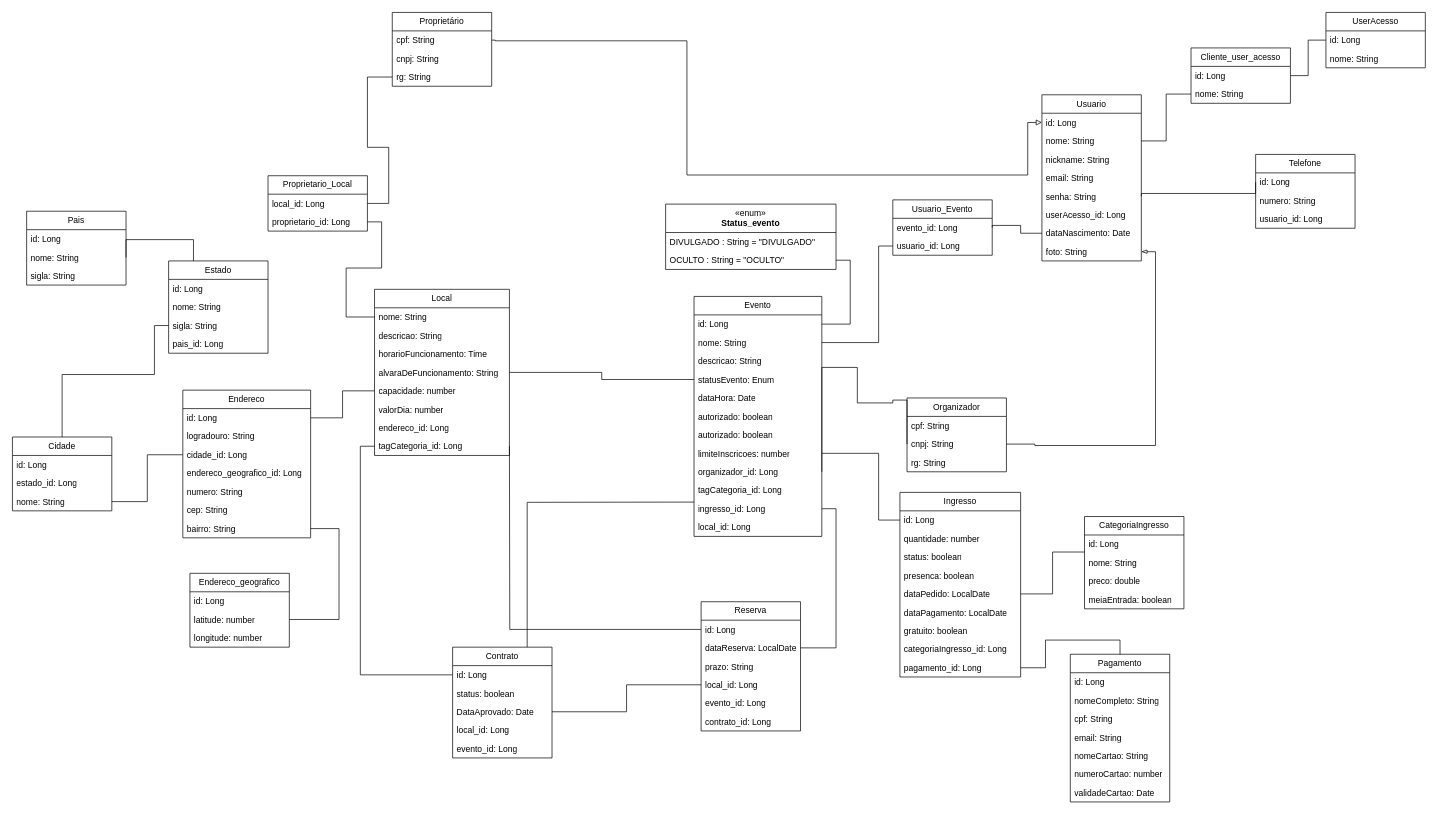
Before: DiagramaDeClassesPokando.drawio in ChumeLabs-Pokando/Pokando, a draw.io diagram. Source tidied: cells renumbered, new cells numbered last; positions are measured from the earlier drawing's top-left corner, leaving out a move shared by most shapes. Both pictures are drawn from the tidied source at 71%, with x=0, y=0 at pixel (12, 12).
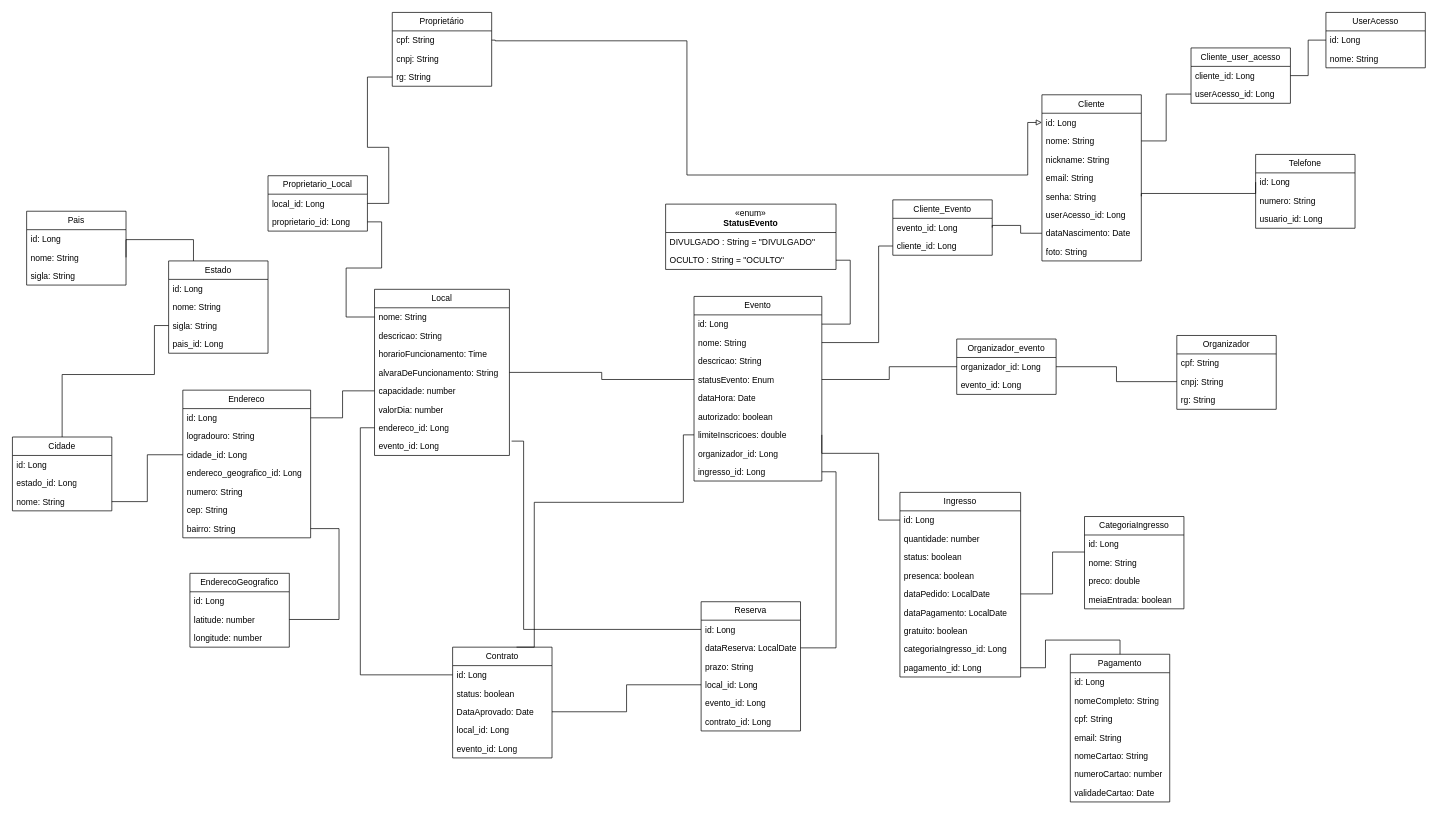
The same page after the edit.

Commit message:
Relacionamentos atu: organizador_evento, cliente_userAcesso / ajustes nomeclaturas

The change refers to these unchanged cells:
```xml
<mxCell id="10" value="foto: String" style="text;strokeColor=none;fillColor=none;align=left;verticalAlign=top;spacingLeft=4;spacingRight=4;overflow=hidden;points=[[0,0.5],[1,0.5]];portConstraint=eastwest;whiteSpace=wrap;html=1;" parent="2" vertex="1">
  <mxGeometry y="208" width="140" height="26" as="geometry" />
</mxCell>
<mxCell id="18" value="&lt;span style=&quot;background-color: transparent; color: light-dark(rgb(0, 0, 0), rgb(255, 255, 255));&quot;&gt;cnpj: String&lt;/span&gt;" style="text;strokeColor=none;fillColor=none;align=left;verticalAlign=top;spacingLeft=4;spacingRight=4;overflow=hidden;points=[[0,0.5],[1,0.5]];portConstraint=eastwest;whiteSpace=wrap;html=1;" parent="16" vertex="1">
  <mxGeometry y="52" width="140" height="26" as="geometry" />
</mxCell>
<mxCell id="57" value="Contrato" style="swimlane;fontStyle=0;horizontal=1;startSize=26;fillColor=none;whiteSpace=wrap;html=1;" parent="1" vertex="1">
  <mxGeometry x="620" y="894" width="140" height="156" as="geometry" />
</mxCell>
<mxCell id="58" value="id: Long" style="text;strokeColor=none;fillColor=none;align=left;verticalAlign=top;spacingLeft=4;spacingRight=4;overflow=hidden;points=[[0,0.5],[1,0.5]];portConstraint=eastwest;whiteSpace=wrap;html=1;" parent="57" vertex="1">
  <mxGeometry y="26" width="140" height="26" as="geometry" />
</mxCell>
<mxCell id="64" value="id: Long" style="text;strokeColor=none;fillColor=none;align=left;verticalAlign=top;spacingLeft=4;spacingRight=4;overflow=hidden;points=[[0,0.5],[1,0.5]];portConstraint=eastwest;whiteSpace=wrap;html=1;" parent="63" vertex="1">
  <mxGeometry y="26" width="140" height="26" as="geometry" />
</mxCell>
<mxCell id="74" value="&lt;div&gt;statusEvento: Enum&lt;/div&gt;" style="text;strokeColor=none;fillColor=none;align=left;verticalAlign=top;spacingLeft=4;spacingRight=4;overflow=hidden;points=[[0,0.5],[1,0.5]];portConstraint=eastwest;whiteSpace=wrap;html=1;" parent="70" vertex="1">
  <mxGeometry y="104" width="180" height="26" as="geometry" />
</mxCell>
<mxCell id="83" value="Local" style="swimlane;fontStyle=0;horizontal=1;startSize=26;fillColor=none;whiteSpace=wrap;html=1;" parent="1" vertex="1">
  <mxGeometry x="510" y="390" width="190" height="234" as="geometry" />
</mxCell>
<mxCell id="90" value="endereco_id: Long" style="text;strokeColor=none;fillColor=none;align=left;verticalAlign=top;spacingLeft=4;spacingRight=4;overflow=hidden;points=[[0,0.5],[1,0.5]];portConstraint=eastwest;whiteSpace=wrap;html=1;" parent="83" vertex="1">
  <mxGeometry y="182" width="190" height="26" as="geometry" />
</mxCell>
<mxCell id="141" value="Cliente_user_acesso" style="swimlane;fontStyle=0;horizontal=1;startSize=26;fillColor=none;whiteSpace=wrap;html=1;" parent="1" vertex="1">
  <mxGeometry x="1660" y="50" width="140" height="78" as="geometry" />
</mxCell>
```

What changed in the source:
```diff
@@
-    <mxCell id="2" value="Usuario" style="swimlane;fontStyle=0;horizontal=1;startSize=26;fillColor=none;whiteSpace=wrap;html=1;" parent="1" vertex="1">
+    <mxCell id="2" value="Cliente" style="swimlane;fontStyle=0;horizontal=1;startSize=26;fillColor=none;whiteSpace=wrap;html=1;" parent="1" vertex="1">
       <mxGeometry x="1450" y="116" width="140" height="234" as="geometry" />
     </mxCell>
@@
-    <mxCell id="15" style="edgeStyle=orthogonalEdgeStyle;rounded=0;jettySize=auto;html=1;exitX=1;exitY=0.5;exitDx=0;exitDy=0;endArrow=blockThin;endFill=0;entryX=1;entryY=0.5;entryDx=0;entryDy=0;" parent="1" edge="1" source="18" target="10">
-      <mxGeometry relative="1" as="geometry">
-        <Array as="points">
-          <mxPoint x="1440" y="608" />
-          <mxPoint x="1440" y="610" />
-          <mxPoint x="1610" y="610" />
-          <mxPoint x="1610" y="337" />
-        </Array>
-      </mxGeometry>
-    </mxCell>
     <mxCell id="16" value="Organizador" style="swimlane;fontStyle=0;horizontal=1;startSize=26;fillColor=none;whiteSpace=wrap;html=1;" parent="1" vertex="1">
-      <mxGeometry x="1260" y="543" width="140" height="104" as="geometry" />
+      <mxGeometry x="1640" y="455" width="140" height="104" as="geometry" />
     </mxCell>
@@
-    <mxCell id="28" value="Endereco_g&lt;span style=&quot;background-color: transparent; color: light-dark(rgb(0, 0, 0), rgb(255, 255, 255));&quot;&gt;eografico&lt;/span&gt;" style="swimlane;fontStyle=0;horizontal=1;startSize=26;fillColor=none;whiteSpace=wrap;html=1;" parent="1" vertex="1">
+    <mxCell id="28" value="EnderecoG&lt;span style=&quot;background-color: transparent; color: light-dark(rgb(0, 0, 0), rgb(255, 255, 255));&quot;&gt;eografico&lt;/span&gt;" style="swimlane;fontStyle=0;horizontal=1;startSize=26;fillColor=none;whiteSpace=wrap;html=1;" parent="1" vertex="1">
       <mxGeometry x="250" y="790" width="140" height="104" as="geometry" />
     </mxCell>
@@
-    <mxCell id="56" style="edgeStyle=orthogonalEdgeStyle;rounded=0;jettySize=auto;html=1;exitX=0.75;exitY=0;exitDx=0;exitDy=0;entryX=0;entryY=1.141;entryDx=0;entryDy=0;entryPerimeter=0;endArrow=none;startFill=0;" parent="1" edge="1" source="57" target="80">
+    <mxCell id="56" style="edgeStyle=orthogonalEdgeStyle;rounded=0;jettySize=auto;html=1;exitX=0.75;exitY=0;exitDx=0;exitDy=0;entryX=0;entryY=0.5;entryDx=0;entryDy=0;endArrow=none;startFill=0;" parent="1" edge="1" target="78">
       <mxGeometry relative="1" as="geometry">
+        <mxPoint x="710" y="894" as="sourcePoint" />
         <Array as="points">
+          <mxPoint x="735" y="894" />
           <mxPoint x="735" y="690" />
-          <mxPoint x="960" y="690" />
+          <mxPoint x="945" y="690" />
+          <mxPoint x="945" y="595" />
         </Array>
       </mxGeometry>
     </mxCell>
@@
     <mxCell id="70" value="Evento" style="swimlane;fontStyle=0;horizontal=1;startSize=26;fillColor=none;whiteSpace=wrap;html=1;" parent="1" vertex="1">
-      <mxGeometry x="960" y="400" width="180" height="338" as="geometry" />
+      <mxGeometry x="960" y="400" width="180" height="260" as="geometry" />
     </mxCell>
@@
-    <mxCell id="77" value="&lt;div&gt;autorizado: boolean&lt;/div&gt;" style="text;strokeColor=none;fillColor=none;align=left;verticalAlign=top;spacingLeft=4;spacingRight=4;overflow=hidden;whiteSpace=wrap;html=1;" parent="70" vertex="1">
-      <mxGeometry y="182" width="180" height="26" as="geometry" />
-    </mxCell>
-    <mxCell id="78" value="limiteInscricoes: number" style="text;strokeColor=none;fillColor=none;align=left;verticalAlign=top;spacingLeft=4;spacingRight=4;overflow=hidden;points=[[0,0.5],[1,0.5]];portConstraint=eastwest;whiteSpace=wrap;html=1;" parent="70" vertex="1">
-      <mxGeometry y="208" width="180" height="26" as="geometry" />
+    <mxCell id="78" value="limiteInscricoes: double" style="text;strokeColor=none;fillColor=none;align=left;verticalAlign=top;spacingLeft=4;spacingRight=4;overflow=hidden;points=[[0,0.5],[1,0.5]];portConstraint=eastwest;whiteSpace=wrap;html=1;" parent="70" vertex="1">
+      <mxGeometry y="182" width="180" height="26" as="geometry" />
     </mxCell>
     <mxCell id="79" value="&lt;div&gt;organizador_id: Long&lt;/div&gt;" style="text;strokeColor=none;fillColor=none;align=left;verticalAlign=top;spacingLeft=4;spacingRight=4;overflow=hidden;points=[[0,0.5],[1,0.5]];portConstraint=eastwest;whiteSpace=wrap;html=1;" parent="70" vertex="1">
-      <mxGeometry y="234" width="180" height="26" as="geometry" />
+      <mxGeometry y="208" width="180" height="26" as="geometry" />
     </mxCell>
-    <mxCell id="80" value="tagCategoria_id: Long&lt;div&gt;&lt;br&gt;&lt;/div&gt;" style="text;strokeColor=none;fillColor=none;align=left;verticalAlign=top;spacingLeft=4;spacingRight=4;overflow=hidden;points=[[0,0.5],[1,0.5]];portConstraint=eastwest;whiteSpace=wrap;html=1;" parent="70" vertex="1">
-      <mxGeometry y="260" width="180" height="26" as="geometry" />
-    </mxCell>
     <mxCell id="81" value="&lt;div&gt;ingresso_id: Long&lt;/div&gt;" style="text;strokeColor=none;fillColor=none;align=left;verticalAlign=top;spacingLeft=4;spacingRight=4;overflow=hidden;points=[[0,0.5],[1,0.5]];portConstraint=eastwest;whiteSpace=wrap;html=1;" parent="70" vertex="1">
-      <mxGeometry y="286" width="180" height="26" as="geometry" />
+      <mxGeometry y="234" width="180" height="26" as="geometry" />
     </mxCell>
-    <mxCell id="82" value="&lt;div&gt;local_id: Long&lt;/div&gt;" style="text;strokeColor=none;fillColor=none;align=left;verticalAlign=top;spacingLeft=4;spacingRight=4;overflow=hidden;points=[[0,0.5],[1,0.5]];portConstraint=eastwest;whiteSpace=wrap;html=1;" parent="70" vertex="1">
-      <mxGeometry y="312" width="180" height="26" as="geometry" />
-    </mxCell>
@@
-    <mxCell id="91" value="tagCategoria_id: Long&lt;div&gt;&lt;br&gt;&lt;/div&gt;" style="text;strokeColor=none;fillColor=none;align=left;verticalAlign=top;spacingLeft=4;spacingRight=4;overflow=hidden;points=[[0,0.5],[1,0.5]];portConstraint=eastwest;whiteSpace=wrap;html=1;" parent="83" vertex="1">
-      <mxGeometry y="208" width="190" height="26" as="geometry" />
-    </mxCell>
+    <mxCell id="82" value="&lt;div&gt;evento_id: Long&lt;/div&gt;" style="text;strokeColor=none;fillColor=none;align=left;verticalAlign=top;spacingLeft=4;spacingRight=4;overflow=hidden;points=[[0,0.5],[1,0.5]];portConstraint=eastwest;whiteSpace=wrap;html=1;" parent="83" vertex="1">
+      <mxGeometry y="208" width="190" height="26" as="geometry" />
+    </mxCell>
-    <mxCell id="92" value="«enum»&lt;br&gt;&lt;b&gt;Status_evento&lt;/b&gt;" style="swimlane;fontStyle=0;horizontal=1;startSize=40;fillColor=none;whiteSpace=wrap;html=1;" parent="1" vertex="1">
+    <mxCell id="92" value="«enum»&lt;br&gt;&lt;b&gt;StatusEvento&lt;/b&gt;" style="swimlane;fontStyle=0;horizontal=1;startSize=40;fillColor=none;whiteSpace=wrap;html=1;" parent="1" vertex="1">
       <mxGeometry x="920" y="270" width="240" height="92" as="geometry" />
     </mxCell>
@@
-    <mxCell id="104" style="edgeStyle=orthogonalEdgeStyle;rounded=0;jettySize=auto;html=1;entryX=1;entryY=0.5;entryDx=0;entryDy=0;endArrow=none;startFill=0;exitX=0;exitY=0.5;exitDx=0;exitDy=0;" parent="1" edge="1" source="18" target="79">
-      <mxGeometry relative="1" as="geometry">
-        <Array as="points">
-          <mxPoint x="1240" y="546" />
-          <mxPoint x="1240" y="550" />
-          <mxPoint x="1190" y="550" />
-          <mxPoint x="1190" y="500" />
-          <mxPoint x="1140" y="500" />
-        </Array>
-      </mxGeometry>
-    </mxCell>
@@
-    <mxCell id="112" style="edgeStyle=orthogonalEdgeStyle;rounded=0;jettySize=auto;html=1;exitX=0;exitY=0.5;exitDx=0;exitDy=0;entryX=0;entryY=0.5;entryDx=0;entryDy=0;endArrow=none;startFill=0;" parent="1" edge="1" source="58" target="91">
+    <mxCell id="112" style="edgeStyle=orthogonalEdgeStyle;rounded=0;jettySize=auto;html=1;exitX=0;exitY=0.5;exitDx=0;exitDy=0;entryX=0;entryY=0.5;entryDx=0;entryDy=0;endArrow=none;startFill=0;" parent="1" edge="1" source="58" target="90">
       <mxGeometry relative="1" as="geometry" />
     </mxCell>
@@
-    <mxCell id="115" style="edgeStyle=orthogonalEdgeStyle;rounded=0;jettySize=auto;html=1;exitX=0;exitY=0.5;exitDx=0;exitDy=0;entryX=1;entryY=0.5;entryDx=0;entryDy=0;endArrow=none;startFill=0;" parent="1" edge="1" source="64">
+    <mxCell id="115" style="edgeStyle=orthogonalEdgeStyle;rounded=0;jettySize=auto;html=1;exitX=0;exitY=0.5;exitDx=0;exitDy=0;entryX=1.016;entryY=0.223;entryDx=0;entryDy=0;endArrow=none;startFill=0;entryPerimeter=0;" parent="1" edge="1" source="64" target="82">
       <mxGeometry relative="1" as="geometry">
-        <mxPoint x="700" y="611" as="targetPoint" />
+        <Array as="points">
+          <mxPoint x="720" y="869" />
+          <mxPoint x="720" y="604" />
+        </Array>
       </mxGeometry>
     </mxCell>
@@
-    <mxCell id="133" value="Usuario_Evento" style="swimlane;fontStyle=0;horizontal=1;startSize=26;fillColor=none;whiteSpace=wrap;html=1;" parent="1" vertex="1">
+    <mxCell id="133" value="Cliente_Evento" style="swimlane;fontStyle=0;horizontal=1;startSize=26;fillColor=none;whiteSpace=wrap;html=1;" parent="1" vertex="1">
       <mxGeometry x="1240" y="264" width="140" height="78" as="geometry" />
     </mxCell>
@@
-    <mxCell id="135" value="usuario_id: Long" style="text;strokeColor=none;fillColor=none;align=left;verticalAlign=top;spacingLeft=4;spacingRight=4;overflow=hidden;points=[[0,0.5],[1,0.5]];portConstraint=eastwest;whiteSpace=wrap;html=1;" parent="133" vertex="1">
+    <mxCell id="135" value="cliente_id: Long" style="text;strokeColor=none;fillColor=none;align=left;verticalAlign=top;spacingLeft=4;spacingRight=4;overflow=hidden;points=[[0,0.5],[1,0.5]];portConstraint=eastwest;whiteSpace=wrap;html=1;" parent="133" vertex="1">
       <mxGeometry y="52" width="140" height="26" as="geometry" />
     </mxCell>
@@
-    <mxCell id="142" value="id: Long" style="text;strokeColor=none;fillColor=none;align=left;verticalAlign=top;spacingLeft=4;spacingRight=4;overflow=hidden;points=[[0,0.5],[1,0.5]];portConstraint=eastwest;whiteSpace=wrap;html=1;" parent="141" vertex="1">
+    <mxCell id="142" value="cliente_id: Long" style="text;strokeColor=none;fillColor=none;align=left;verticalAlign=top;spacingLeft=4;spacingRight=4;overflow=hidden;points=[[0,0.5],[1,0.5]];portConstraint=eastwest;whiteSpace=wrap;html=1;" parent="141" vertex="1">
       <mxGeometry y="26" width="140" height="26" as="geometry" />
     </mxCell>
-    <mxCell id="143" value="nome: String" style="text;strokeColor=none;fillColor=none;align=left;verticalAlign=top;spacingLeft=4;spacingRight=4;overflow=hidden;points=[[0,0.5],[1,0.5]];portConstraint=eastwest;whiteSpace=wrap;html=1;" parent="141" vertex="1">
+    <mxCell id="143" value="userAcesso_id: Long" style="text;strokeColor=none;fillColor=none;align=left;verticalAlign=top;spacingLeft=4;spacingRight=4;overflow=hidden;points=[[0,0.5],[1,0.5]];portConstraint=eastwest;whiteSpace=wrap;html=1;" parent="141" vertex="1">
       <mxGeometry y="52" width="140" height="26" as="geometry" />
     </mxCell>
@@
+    <mxCell id="146" value="Organizador_evento" style="swimlane;fontStyle=0;horizontal=1;startSize=26;fillColor=none;whiteSpace=wrap;html=1;" parent="1" vertex="1">
+      <mxGeometry x="1330" y="460" width="140" height="78" as="geometry" />
+    </mxCell>
+    <mxCell id="147" value="organizador_id: Long" style="text;strokeColor=none;fillColor=none;align=left;verticalAlign=top;spacingLeft=4;spacingRight=4;overflow=hidden;points=[[0,0.5],[1,0.5]];portConstraint=eastwest;whiteSpace=wrap;html=1;" parent="146" vertex="1">
+      <mxGeometry y="26" width="140" height="26" as="geometry" />
+    </mxCell>
+    <mxCell id="148" value="evento_id: Long" style="text;strokeColor=none;fillColor=none;align=left;verticalAlign=top;spacingLeft=4;spacingRight=4;overflow=hidden;whiteSpace=wrap;html=1;" parent="146" vertex="1">
+      <mxGeometry y="52" width="140" height="26" as="geometry" />
+    </mxCell>
+    <mxCell id="149" style="edgeStyle=orthogonalEdgeStyle;rounded=0;jettySize=auto;html=1;exitX=0;exitY=0.5;exitDx=0;exitDy=0;entryX=1;entryY=0.5;entryDx=0;entryDy=0;endArrow=none;endFill=0;" parent="1" edge="1" source="18" target="147">
+      <mxGeometry relative="1" as="geometry" />
+    </mxCell>
+    <mxCell id="150" style="edgeStyle=orthogonalEdgeStyle;rounded=0;jettySize=auto;html=1;exitX=0;exitY=0.5;exitDx=0;exitDy=0;entryX=1;entryY=0.5;entryDx=0;entryDy=0;endArrow=none;endFill=0;" parent="1" edge="1" source="147" target="74">
+      <mxGeometry relative="1" as="geometry" />
+    </mxCell>
```
